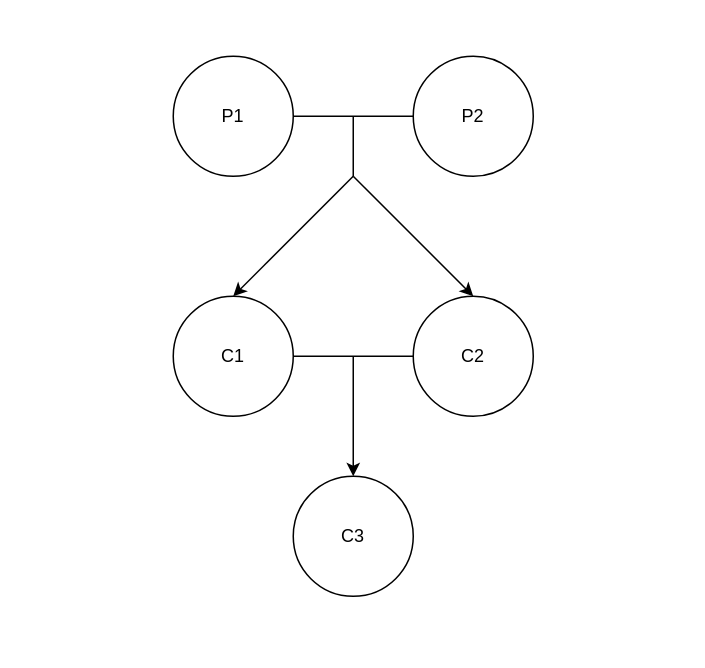
This is page "Page-3" (4 of 4) of posts/post-84/images/incest.drawio from urpylka/notes, a draw.io file, before an edit. Source tidied: cells renumbered, new cells numbered last; positions are measured from the earlier drawing's top-left corner, leaving out a move shared by most shapes. Both pictures are drawn from the tidied source at 150%, with x=0, y=0 at pixel (172, 56).
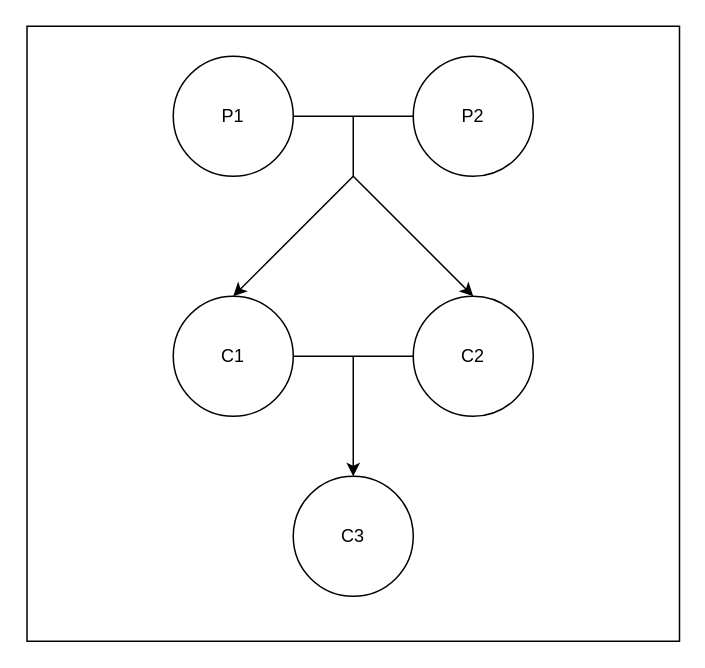
The same page after the edit.

What changed in the source:
```diff
@@
 <mxGraphModel>
   <root>
     <mxCell id="0" />
     <mxCell id="1" parent="0" />
+    <mxCell id="13" style="rounded=0;whiteSpace=wrap;html=1;" parent="1" vertex="1">
+      <mxGeometry x="-97.5" y="-20" width="435" height="410" as="geometry" />
+    </mxCell>
     <mxCell id="2" style="edgeStyle=orthogonalEdgeStyle;rounded=0;jettySize=auto;html=1;exitX=1;exitY=0.5;exitDx=0;exitDy=0;entryX=0;entryY=0.5;entryDx=0;entryDy=0;endArrow=none;endFill=0;" parent="1" edge="1" source="3" target="4">
       <mxGeometry relative="1" as="geometry">
         <Array as="points">
           <mxPoint x="160" y="40" />
           <mxPoint x="160" y="40" />
         </Array>
       </mxGeometry>
     </mxCell>
     <mxCell id="3" value="P1" style="ellipse;whiteSpace=wrap;html=1;" parent="1" vertex="1">
       <mxGeometry width="80" height="80" as="geometry" />
     </mxCell>
     <mxCell id="4" value="P2" style="ellipse;whiteSpace=wrap;html=1;" parent="1" vertex="1">
       <mxGeometry x="160" width="80" height="80" as="geometry" />
     </mxCell>
     <mxCell id="5" value="C1" style="ellipse;whiteSpace=wrap;html=1;" parent="1" vertex="1">
       <mxGeometry y="160" width="80" height="80" as="geometry" />
     </mxCell>
     <mxCell id="6" style="endArrow=classic;html=1;entryX=0.5;entryY=0;entryDx=0;entryDy=0;" parent="1" edge="1" target="5">
       <mxGeometry relative="1" as="geometry">
         <mxPoint x="120" y="80" as="sourcePoint" />
       </mxGeometry>
     </mxCell>
     <mxCell id="7" value="C3" style="ellipse;whiteSpace=wrap;html=1;" parent="1" vertex="1">
       <mxGeometry x="80" y="280" width="80" height="80" as="geometry" />
     </mxCell>
     <mxCell id="8" style="endArrow=classic;html=1;entryX=0.5;entryY=0;entryDx=0;entryDy=0;" parent="1" edge="1" target="7">
       <mxGeometry relative="1" as="geometry">
         <mxPoint x="120" y="200" as="sourcePoint" />
       </mxGeometry>
     </mxCell>
     <mxCell id="9" value="C2" style="ellipse;whiteSpace=wrap;html=1;" parent="1" vertex="1">
       <mxGeometry x="160" y="160" width="80" height="80" as="geometry" />
     </mxCell>
     <mxCell id="10" style="endArrow=none;html=1;entryX=0;entryY=0.5;entryDx=0;entryDy=0;exitX=1;exitY=0.5;exitDx=0;exitDy=0;" parent="1" edge="1" source="5" target="9">
       <mxGeometry relative="1" as="geometry" />
     </mxCell>
     <mxCell id="11" style="endArrow=classic;html=1;entryX=0.5;entryY=0;entryDx=0;entryDy=0;" parent="1" edge="1" target="9">
       <mxGeometry relative="1" as="geometry">
         <mxPoint x="120" y="80" as="sourcePoint" />
       </mxGeometry>
     </mxCell>
     <mxCell id="12" style="endArrow=none;html=1;" parent="1" edge="1">
       <mxGeometry relative="1" as="geometry">
         <mxPoint x="120" y="80" as="sourcePoint" />
         <mxPoint x="120" y="40" as="targetPoint" />
       </mxGeometry>
     </mxCell>
   </root>
 </mxGraphModel>
```
